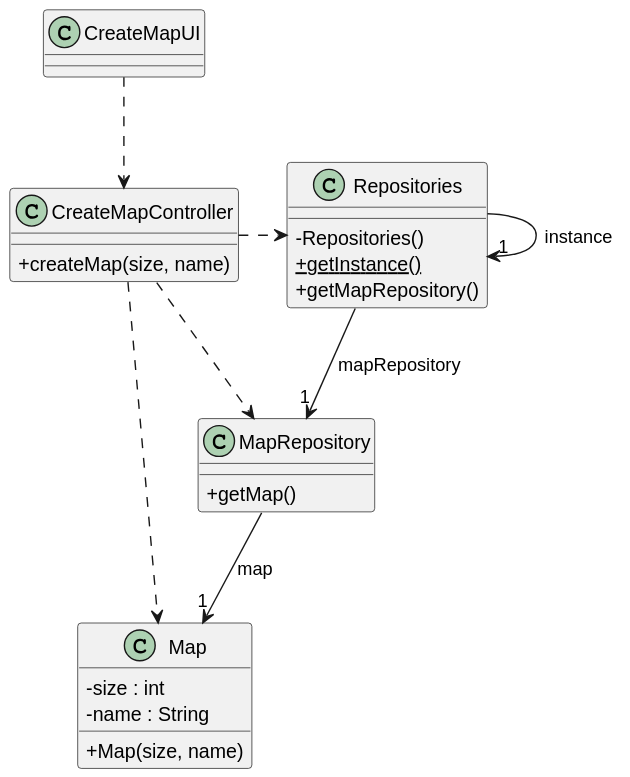
The PlantUML diagram Sprint2/US001/03.design/svg/US001-CD.svg in 1240935/pi2-railway-simulator, before a commit.
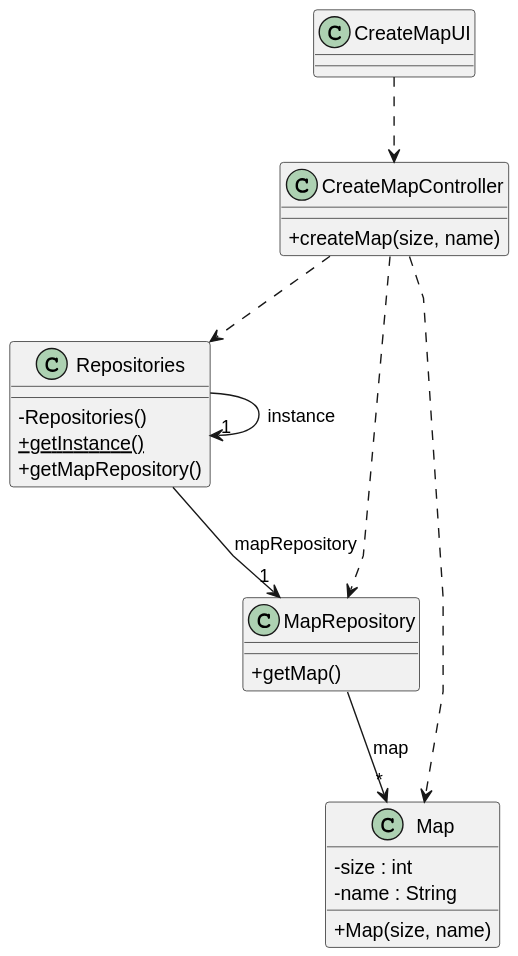
After the change.

Diff of the diagram source:
```diff
@@ -33,10 +33,10 @@
 }
 
 CreateMapUI ..> CreateMapController
-CreateMapController .> Repositories
+CreateMapController ..> Repositories
 CreateMapController ..> MapRepository
 CreateMapController ..> Map
-MapRepository --> "1" Map : map
+MapRepository --> "*" Map : map
 Repositories --> "1" MapRepository : mapRepository
 Repositories -> "1" Repositories : instance
 @enduml
```
